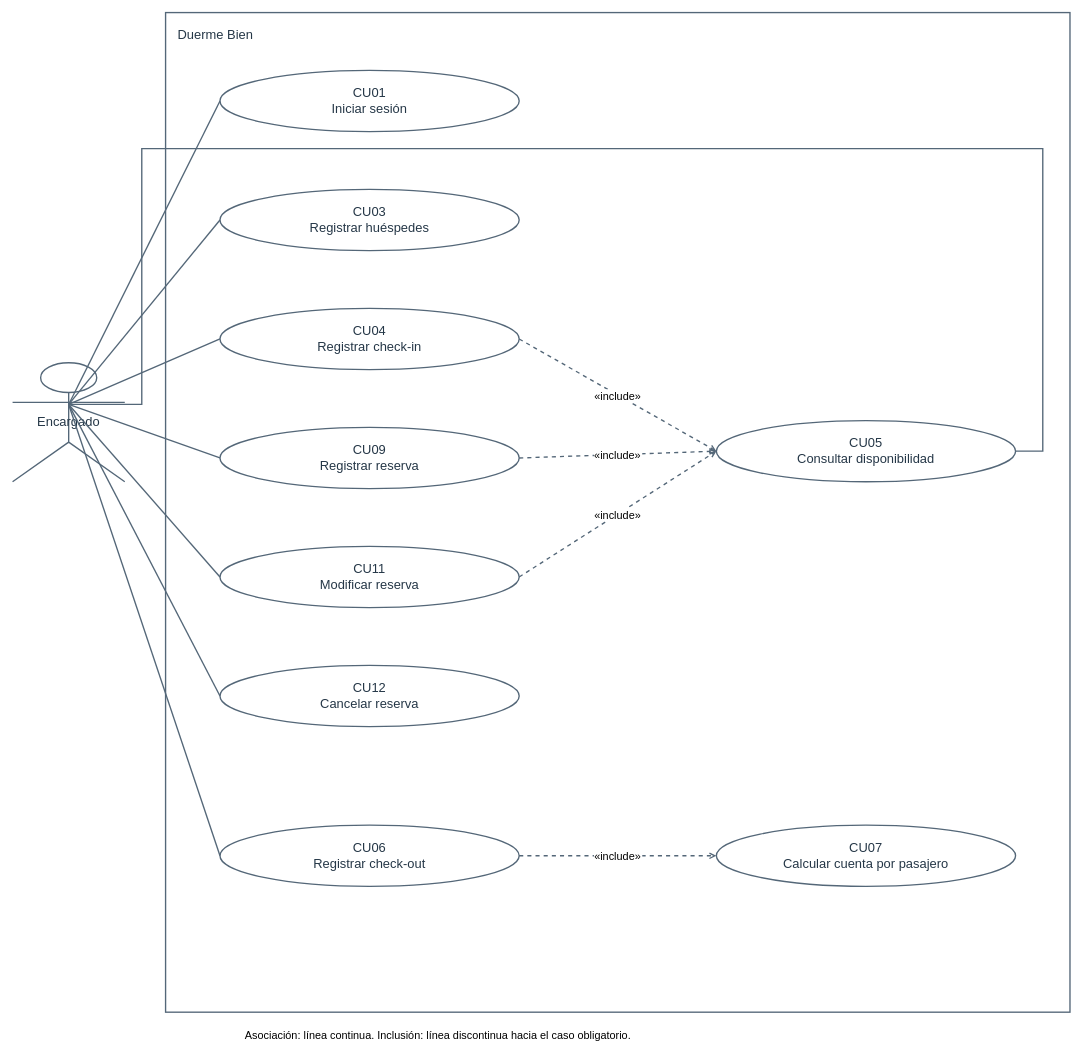
This is diagramas-editables/casos-de-uso.drawio from Yutre3/hotel-duerme-bien, a draw.io file, before an edit. Source tidied: cells renumbered, new cells numbered last; positions are measured from the earlier drawing's top-left corner, leaving out a move shared by most shapes. Both pictures are drawn from the tidied source at 68%, with x=0, y=0 at pixel (12, 12).
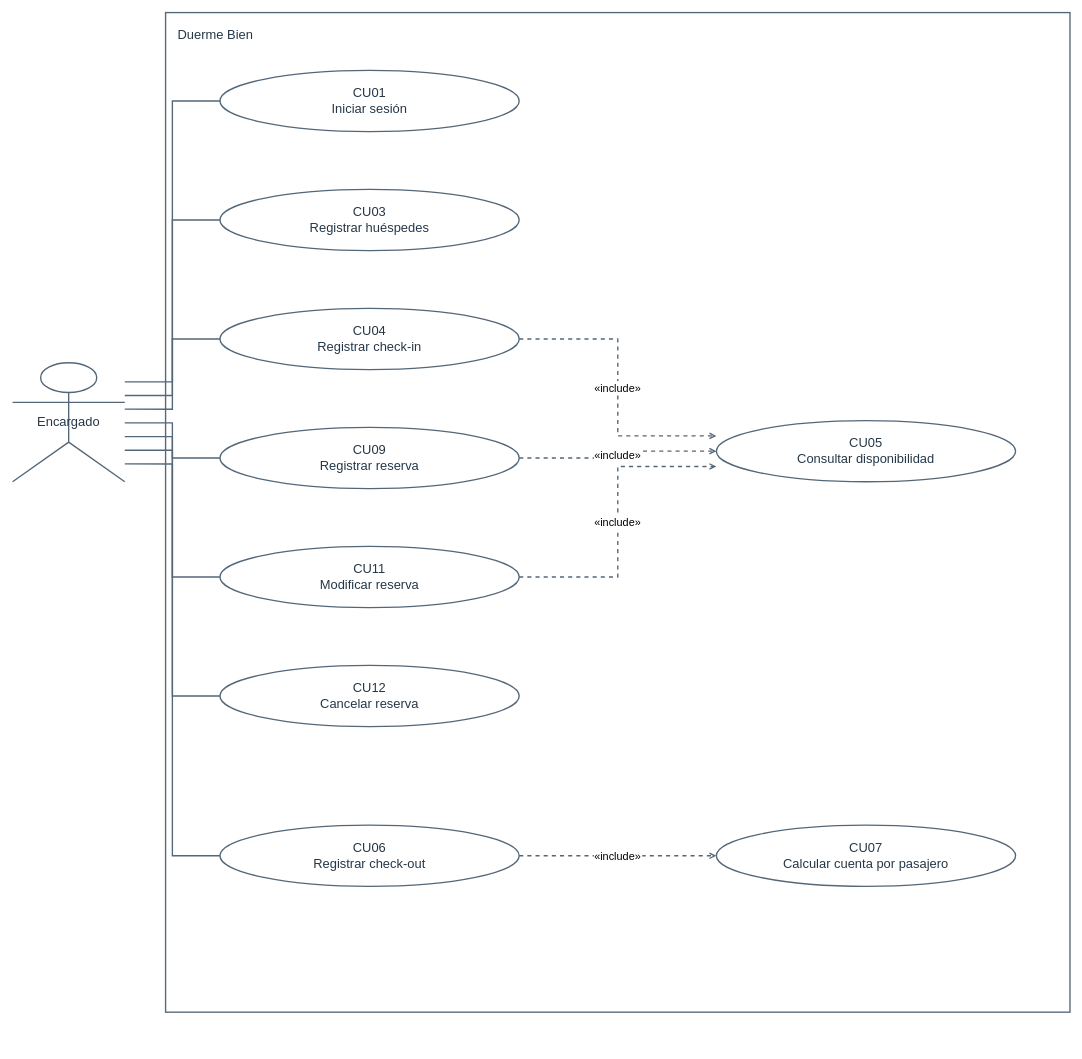
Above is the later version.

Unchanged cells that the change refers to:
```xml
<mxCell id="3" value="Encargado" style="shape=umlActor;html=0;whiteSpace=wrap;strokeColor=#546778;strokeWidth=2;fillColor=#ffffff;fontColor=#253747;fontSize=19;" parent="1" vertex="1">
  <mxGeometry y="515" width="165" height="175" as="geometry" />
</mxCell>
<mxCell id="4" value="CU01&#10;Iniciar sesión" style="ellipse;html=0;whiteSpace=wrap;strokeColor=#546778;strokeWidth=2;fillColor=#ffffff;fontColor=#253747;fontSize=19;" parent="1" vertex="1">
  <mxGeometry x="305" y="85" width="440" height="90" as="geometry" />
</mxCell>
<mxCell id="5" value="CU03&#10;Registrar huéspedes" style="ellipse;html=0;whiteSpace=wrap;strokeColor=#546778;strokeWidth=2;fillColor=#ffffff;fontColor=#253747;fontSize=19;" parent="1" vertex="1">
  <mxGeometry x="305" y="260" width="440" height="90" as="geometry" />
</mxCell>
<mxCell id="6" value="CU04&#10;Registrar check-in" style="ellipse;html=0;whiteSpace=wrap;strokeColor=#546778;strokeWidth=2;fillColor=#ffffff;fontColor=#253747;fontSize=19;" parent="1" vertex="1">
  <mxGeometry x="305" y="435" width="440" height="90" as="geometry" />
</mxCell>
<mxCell id="7" value="CU09&#10;Registrar reserva" style="ellipse;html=0;whiteSpace=wrap;strokeColor=#546778;strokeWidth=2;fillColor=#ffffff;fontColor=#253747;fontSize=19;" parent="1" vertex="1">
  <mxGeometry x="305" y="610" width="440" height="90" as="geometry" />
</mxCell>
<mxCell id="8" value="CU11&#10;Modificar reserva" style="ellipse;html=0;whiteSpace=wrap;strokeColor=#546778;strokeWidth=2;fillColor=#ffffff;fontColor=#253747;fontSize=19;" parent="1" vertex="1">
  <mxGeometry x="305" y="785" width="440" height="90" as="geometry" />
</mxCell>
<mxCell id="9" value="CU12&#10;Cancelar reserva" style="ellipse;html=0;whiteSpace=wrap;strokeColor=#546778;strokeWidth=2;fillColor=#ffffff;fontColor=#253747;fontSize=19;" parent="1" vertex="1">
  <mxGeometry x="305" y="960" width="440" height="90" as="geometry" />
</mxCell>
<mxCell id="10" value="CU06&#10;Registrar check-out" style="ellipse;html=0;whiteSpace=wrap;strokeColor=#546778;strokeWidth=2;fillColor=#ffffff;fontColor=#253747;fontSize=19;" parent="1" vertex="1">
  <mxGeometry x="305" y="1195" width="440" height="90" as="geometry" />
</mxCell>
<mxCell id="11" value="CU05&#10;Consultar disponibilidad" style="ellipse;html=0;whiteSpace=wrap;strokeColor=#546778;strokeWidth=2;fillColor=#ffffff;fontColor=#253747;fontSize=19;" parent="1" vertex="1">
  <mxGeometry x="1035" y="600" width="440" height="90" as="geometry" />
</mxCell>
<mxCell id="12" value="CU07&#10;Calcular cuenta por pasajero" style="ellipse;html=0;whiteSpace=wrap;strokeColor=#546778;strokeWidth=2;fillColor=#ffffff;fontColor=#253747;fontSize=19;" parent="1" vertex="1">
  <mxGeometry x="1035" y="1195" width="440" height="90" as="geometry" />
</mxCell>
```

Change to the diagram source:
```diff
@@
-    <mxCell id="13" style="html=0;edgeStyle=none;rounded=0;strokeWidth=2;strokeColor=#546778;fontSize=16;endArrow=none;endFill=0;startArrow=none;startFill=0;exitX=0.5;exitY=0.35;exitPerimeter=0;entryX=0;entryY=0.5;entryPerimeter=0;" parent="1" edge="1" source="3" target="4">
+    <mxCell id="13" style="html=0;edgeStyle=orthogonalEdgeStyle;jettySize=24;rounded=0;strokeWidth=2;strokeColor=#546778;fontSize=16;endArrow=none;endFill=0;startArrow=none;startFill=0;exitX=1;exitY=0.16;exitPerimeter=0;entryX=0;entryY=0.5;entryPerimeter=0;" parent="1" edge="1" source="3" target="4">
       <mxGeometry relative="1" as="geometry" />
     </mxCell>
-    <mxCell id="14" style="html=0;edgeStyle=none;rounded=0;strokeWidth=2;strokeColor=#546778;fontSize=16;endArrow=none;endFill=0;startArrow=none;startFill=0;exitX=0.5;exitY=0.35;exitPerimeter=0;entryX=0;entryY=0.5;entryPerimeter=0;" parent="1" edge="1" source="3" target="5">
+    <mxCell id="14" style="html=0;edgeStyle=orthogonalEdgeStyle;jettySize=24;rounded=0;strokeWidth=2;strokeColor=#546778;fontSize=16;endArrow=none;endFill=0;startArrow=none;startFill=0;exitX=1;exitY=0.275;exitPerimeter=0;entryX=0;entryY=0.5;entryPerimeter=0;" parent="1" edge="1" source="3" target="5">
       <mxGeometry relative="1" as="geometry" />
     </mxCell>
-    <mxCell id="15" style="html=0;edgeStyle=none;rounded=0;strokeWidth=2;strokeColor=#546778;fontSize=16;endArrow=none;endFill=0;startArrow=none;startFill=0;exitX=0.5;exitY=0.35;exitPerimeter=0;entryX=0;entryY=0.5;entryPerimeter=0;" parent="1" edge="1" source="3" target="6">
+    <mxCell id="15" style="html=0;edgeStyle=orthogonalEdgeStyle;jettySize=24;rounded=0;strokeWidth=2;strokeColor=#546778;fontSize=16;endArrow=none;endFill=0;startArrow=none;startFill=0;exitX=1;exitY=0.39;exitPerimeter=0;entryX=0;entryY=0.5;entryPerimeter=0;" parent="1" edge="1" source="3" target="6">
       <mxGeometry relative="1" as="geometry" />
     </mxCell>
-    <mxCell id="16" style="html=0;edgeStyle=none;rounded=0;strokeWidth=2;strokeColor=#546778;fontSize=16;endArrow=none;endFill=0;startArrow=none;startFill=0;exitX=0.5;exitY=0.35;exitPerimeter=0;entryX=0;entryY=0.5;entryPerimeter=0;" parent="1" edge="1" source="3" target="7">
+    <mxCell id="16" style="html=0;edgeStyle=orthogonalEdgeStyle;jettySize=24;rounded=0;strokeWidth=2;strokeColor=#546778;fontSize=16;endArrow=none;endFill=0;startArrow=none;startFill=0;exitX=1;exitY=0.505;exitPerimeter=0;entryX=0;entryY=0.5;entryPerimeter=0;" parent="1" edge="1" source="3" target="7">
       <mxGeometry relative="1" as="geometry" />
     </mxCell>
-    <mxCell id="17" style="html=0;edgeStyle=none;rounded=0;strokeWidth=2;strokeColor=#546778;fontSize=16;endArrow=none;endFill=0;startArrow=none;startFill=0;exitX=0.5;exitY=0.35;exitPerimeter=0;entryX=0;entryY=0.5;entryPerimeter=0;" parent="1" edge="1" source="3" target="8">
+    <mxCell id="17" style="html=0;edgeStyle=orthogonalEdgeStyle;jettySize=24;rounded=0;strokeWidth=2;strokeColor=#546778;fontSize=16;endArrow=none;endFill=0;startArrow=none;startFill=0;exitX=1;exitY=0.62;exitPerimeter=0;entryX=0;entryY=0.5;entryPerimeter=0;" parent="1" edge="1" source="3" target="8">
       <mxGeometry relative="1" as="geometry" />
     </mxCell>
-    <mxCell id="18" style="html=0;edgeStyle=none;rounded=0;strokeWidth=2;strokeColor=#546778;fontSize=16;endArrow=none;endFill=0;startArrow=none;startFill=0;exitX=0.5;exitY=0.35;exitPerimeter=0;entryX=0;entryY=0.5;entryPerimeter=0;" parent="1" edge="1" source="3" target="9">
+    <mxCell id="18" style="html=0;edgeStyle=orthogonalEdgeStyle;jettySize=24;rounded=0;strokeWidth=2;strokeColor=#546778;fontSize=16;endArrow=none;endFill=0;startArrow=none;startFill=0;exitX=1;exitY=0.7350000000000001;exitPerimeter=0;entryX=0;entryY=0.5;entryPerimeter=0;" parent="1" edge="1" source="3" target="9">
       <mxGeometry relative="1" as="geometry" />
     </mxCell>
-    <mxCell id="19" style="html=0;edgeStyle=none;rounded=0;strokeWidth=2;strokeColor=#546778;fontSize=16;endArrow=none;endFill=0;startArrow=none;startFill=0;exitX=0.5;exitY=0.35;exitPerimeter=0;entryX=0;entryY=0.5;entryPerimeter=0;" parent="1" edge="1" source="3" target="10">
+    <mxCell id="19" style="html=0;edgeStyle=orthogonalEdgeStyle;jettySize=24;rounded=0;strokeWidth=2;strokeColor=#546778;fontSize=16;endArrow=none;endFill=0;startArrow=none;startFill=0;exitX=1;exitY=0.8500000000000001;exitPerimeter=0;entryX=0;entryY=0.5;entryPerimeter=0;" parent="1" edge="1" source="3" target="10">
       <mxGeometry relative="1" as="geometry" />
     </mxCell>
-    <mxCell id="20" value="«include»" style="html=0;edgeStyle=none;rounded=0;strokeWidth=2;strokeColor=#546778;fontSize=16;endArrow=open;endFill=0;startArrow=none;startFill=0;exitX=1;exitY=0.5;exitPerimeter=0;entryX=0;entryY=0.5;entryPerimeter=0;dashed=1;" parent="1" edge="1" source="6" target="11">
+    <mxCell id="20" value="«include»" style="html=0;edgeStyle=orthogonalEdgeStyle;jettySize=24;rounded=0;strokeWidth=2;strokeColor=#546778;fontSize=16;endArrow=open;endFill=0;startArrow=none;startFill=0;exitX=1;exitY=0.5;exitPerimeter=0;entryX=0;entryY=0.25;entryPerimeter=0;dashed=1;" parent="1" edge="1" source="6" target="11">
       <mxGeometry relative="1" as="geometry" />
     </mxCell>
-    <mxCell id="21" value="«include»" style="html=0;edgeStyle=none;rounded=0;strokeWidth=2;strokeColor=#546778;fontSize=16;endArrow=open;endFill=0;startArrow=none;startFill=0;exitX=1;exitY=0.5;exitPerimeter=0;entryX=0;entryY=0.5;entryPerimeter=0;dashed=1;" parent="1" edge="1" source="7" target="11">
+    <mxCell id="21" value="«include»" style="html=0;edgeStyle=orthogonalEdgeStyle;jettySize=24;rounded=0;strokeWidth=2;strokeColor=#546778;fontSize=16;endArrow=open;endFill=0;startArrow=none;startFill=0;exitX=1;exitY=0.5;exitPerimeter=0;entryX=0;entryY=0.5;entryPerimeter=0;dashed=1;" parent="1" edge="1" source="7" target="11">
       <mxGeometry relative="1" as="geometry" />
     </mxCell>
-    <mxCell id="22" value="«include»" style="html=0;edgeStyle=none;rounded=0;strokeWidth=2;strokeColor=#546778;fontSize=16;endArrow=open;endFill=0;startArrow=none;startFill=0;exitX=1;exitY=0.5;exitPerimeter=0;entryX=0;entryY=0.5;entryPerimeter=0;dashed=1;" parent="1" edge="1" source="8" target="11">
+    <mxCell id="22" value="«include»" style="html=0;edgeStyle=orthogonalEdgeStyle;jettySize=24;rounded=0;strokeWidth=2;strokeColor=#546778;fontSize=16;endArrow=open;endFill=0;startArrow=none;startFill=0;exitX=1;exitY=0.5;exitPerimeter=0;entryX=0;entryY=0.75;entryPerimeter=0;dashed=1;" parent="1" edge="1" source="8" target="11">
       <mxGeometry relative="1" as="geometry" />
     </mxCell>
-    <mxCell id="23" value="«include»" style="html=0;edgeStyle=none;rounded=0;strokeWidth=2;strokeColor=#546778;fontSize=16;endArrow=open;endFill=0;startArrow=none;startFill=0;exitX=1;exitY=0.5;exitPerimeter=0;entryX=0;entryY=0.5;entryPerimeter=0;dashed=1;" parent="1" edge="1" source="10" target="12">
+    <mxCell id="23" value="«include»" style="html=0;edgeStyle=orthogonalEdgeStyle;jettySize=24;rounded=0;strokeWidth=2;strokeColor=#546778;fontSize=16;endArrow=open;endFill=0;startArrow=none;startFill=0;exitX=1;exitY=0.5;exitPerimeter=0;entryX=0;entryY=0.5;entryPerimeter=0;dashed=1;" parent="1" edge="1" source="10" target="12">
       <mxGeometry relative="1" as="geometry" />
     </mxCell>
-    <mxCell id="24" style="html=0;edgeStyle=none;rounded=0;strokeWidth=2;strokeColor=#546778;fontSize=16;endArrow=none;endFill=0;startArrow=none;startFill=0;exitX=0.5;exitY=0.35;exitPerimeter=0;entryX=1;entryY=0.5;entryPerimeter=0;" parent="1" edge="1" source="3" target="11">
-      <mxGeometry relative="1" as="geometry">
-        <Array as="points">
-          <mxPoint x="190" y="576" />
-          <mxPoint x="190" y="200" />
-          <mxPoint x="1515" y="200" />
-          <mxPoint x="1515" y="645" />
-        </Array>
-      </mxGeometry>
-    </mxCell>
-    <mxCell id="25" value="Asociación: línea continua. Inclusión: línea discontinua hacia el caso obligatorio." style="text;html=0;strokeColor=none;fillColor=none;fontSize=16;" parent="1" vertex="1">
-      <mxGeometry x="340" y="1488" width="900" height="35" as="geometry" />
-    </mxCell>
```
